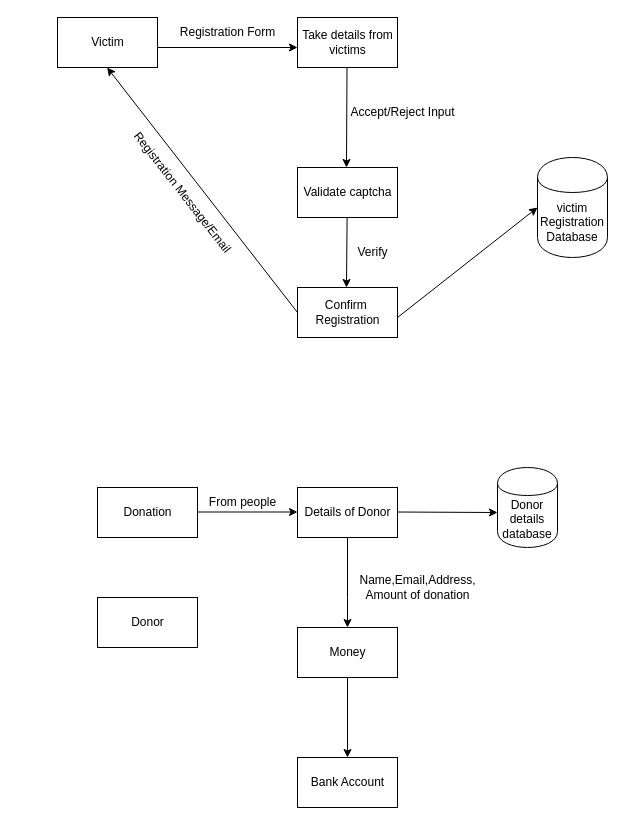
Before: Untitled Diagram.drawio in ShubhamJejurkar98/Repository1, a draw.io diagram. Source tidied: cells renumbered, new cells numbered last; positions are measured from the earlier drawing's top-left corner, leaving out a move shared by most shapes. Both pictures are drawn from the tidied source at 100%, with x=0, y=0 at pixel (57, 17).
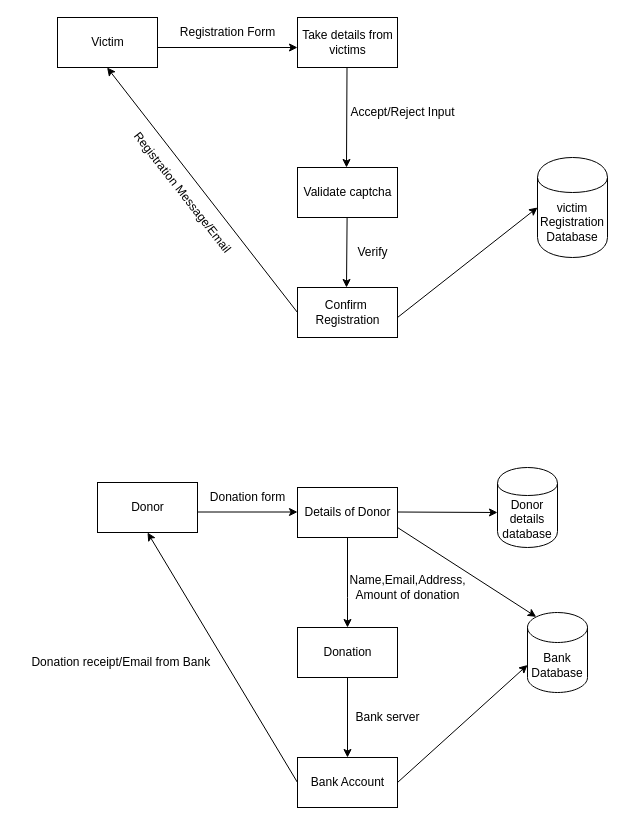
After the change.

Unchanged cells that the change refers to:
```xml
<mxCell id="27" value="Bank Account" style="html=1;dashed=0;whitespace=wrap;" parent="1" vertex="1">
  <mxGeometry x="240" y="740" width="100" height="50" as="geometry" />
</mxCell>
```

Change to the diagram source:
```diff
@@
     <mxCell id="16" value="Donation" style="html=1;dashed=0;whitespace=wrap;" parent="1" vertex="1">
-      <mxGeometry x="40" y="470" width="100" height="50" as="geometry" />
+      <mxGeometry x="240" y="610" width="100" height="50" as="geometry" />
     </mxCell>
@@
-    <mxCell id="18" value="From people" style="text;html=1;align=center;verticalAlign=middle;fillColor=none;strokeColor=none;rounded=0;" parent="1" vertex="1">
-      <mxGeometry x="140" y="470" width="90" height="30" as="geometry" />
-    </mxCell>
@@
-    <mxCell id="21" style="endArrow=classic;html=1;rounded=0;" parent="1" edge="1" target="25">
+    <mxCell id="21" style="endArrow=classic;html=1;rounded=0;" parent="1" edge="1">
       <mxGeometry relative="1" as="geometry">
         <mxPoint x="290" y="520" as="sourcePoint" />
+        <mxPoint x="290" y="610" as="targetPoint" />
         <Array as="points">
           <mxPoint x="290" y="580" />
         </Array>
       </mxGeometry>
     </mxCell>
     <mxCell id="22" value="Name,Email,Address,&lt;br&gt;Amount of donation" style="text;html=1;align=center;verticalAlign=middle;fillColor=none;strokeColor=none;rounded=0;" parent="1" vertex="1">
-      <mxGeometry x="290" y="550" width="140" height="40" as="geometry" />
+      <mxGeometry x="280" y="550" width="140" height="40" as="geometry" />
     </mxCell>
@@
     <mxCell id="24" value="Donor" style="html=1;dashed=0;whitespace=wrap;" parent="1" vertex="1">
-      <mxGeometry x="40" y="580" width="100" height="50" as="geometry" />
+      <mxGeometry x="40" y="465" width="100" height="50" as="geometry" />
     </mxCell>
-    <mxCell id="25" value="Money" style="html=1;dashed=0;whitespace=wrap;" parent="1" vertex="1">
-      <mxGeometry x="240" y="610" width="100" height="50" as="geometry" />
-    </mxCell>
@@
+    <mxCell id="28" value="Bank server" style="text;html=1;align=center;verticalAlign=middle;fillColor=none;strokeColor=none;rounded=0;" parent="1" vertex="1">
+      <mxGeometry x="285" y="685" width="90" height="30" as="geometry" />
+    </mxCell>
+    <mxCell id="29" value="Bank Database" style="shape=cylinder3;whiteSpace=wrap;html=1;boundedLbl=1;backgroundOutline=1;size=15;" parent="1" vertex="1">
+      <mxGeometry x="470" y="595" width="60" height="80" as="geometry" />
+    </mxCell>
+    <mxCell id="30" style="endArrow=classic;html=1;rounded=0;entryX=0;entryY=0;entryDx=0;entryDy=52.5;entryPerimeter=0;" parent="1" edge="1" target="29">
+      <mxGeometry relative="1" as="geometry">
+        <mxPoint x="340" y="765" as="sourcePoint" />
+      </mxGeometry>
+    </mxCell>
+    <mxCell id="31" style="endArrow=classic;html=1;rounded=0;entryX=0.145;entryY=0;entryDx=0;entryDy=4.35;entryPerimeter=0;" parent="1" edge="1" target="29">
+      <mxGeometry relative="1" as="geometry">
+        <mxPoint x="340" y="510" as="sourcePoint" />
+      </mxGeometry>
+    </mxCell>
+    <mxCell id="32" value="Donation form" style="text;html=1;align=center;verticalAlign=middle;fillColor=none;strokeColor=none;rounded=0;" parent="1" vertex="1">
+      <mxGeometry x="140" y="465" width="100" height="30" as="geometry" />
+    </mxCell>
+    <mxCell id="33" style="endArrow=classic;html=1;rounded=0;exitX=0;exitY=0.5;exitDx=0;exitDy=0;entryX=0.5;entryY=1;entryDx=0;entryDy=0;" parent="1" edge="1" source="27" target="24">
+      <mxGeometry relative="1" as="geometry" />
+    </mxCell>
+    <mxCell id="34" value="Donation receipt/Email from Bank&amp;nbsp;" style="text;html=1;align=center;verticalAlign=middle;fillColor=none;strokeColor=none;rounded=0;" parent="1" vertex="1">
+      <mxGeometry x="-40" y="630" width="210" height="30" as="geometry" />
+    </mxCell>
```
